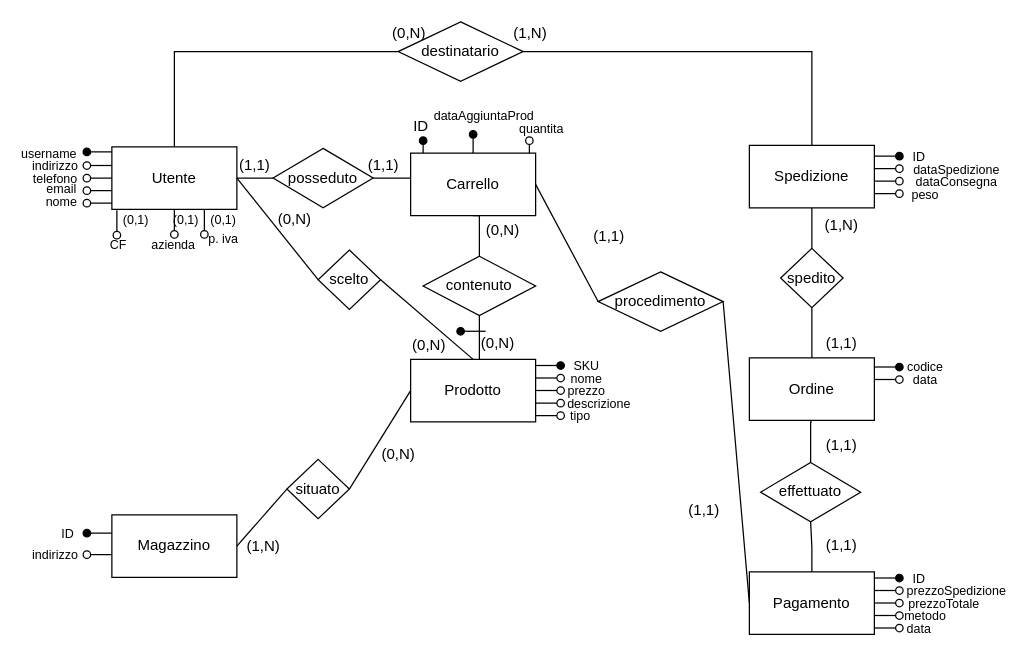
Before: SchemaER/ER_ristrutturato.drawio in orlifera/ProgettoBasiDati, a draw.io diagram. Source tidied: cells renumbered, new cells numbered last; positions are measured from the earlier drawing's top-left corner, leaving out a move shared by most shapes. Both pictures are drawn from the tidied source at 125%, with x=0, y=0 at pixel (30, 21).
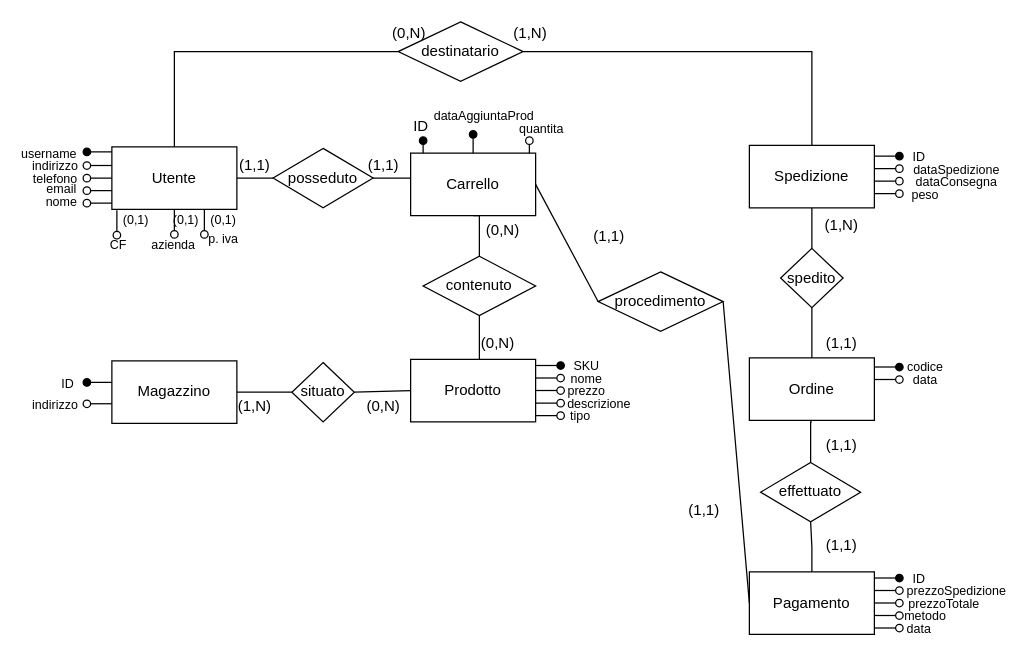
The same diagram, later.

The change refers to these unchanged cells:
```xml
<mxCell id="3" value="Utente" style="rounded=0;whiteSpace=wrap;html=1;" parent="1" vertex="1">
  <mxGeometry x="65" y="100" width="100" height="50" as="geometry" />
</mxCell>
<mxCell id="11" value="Prodotto" style="rounded=0;whiteSpace=wrap;html=1;" parent="1" vertex="1">
  <mxGeometry x="304" y="270" width="100" height="50" as="geometry" />
</mxCell>
```

Change to the diagram source:
```diff
@@
     <mxCell id="9" value="Magazzino" style="rounded=0;whiteSpace=wrap;html=1;" parent="1" vertex="1">
-      <mxGeometry x="65" y="394.4" width="100" height="50" as="geometry" />
+      <mxGeometry x="65" y="271.2" width="100" height="50" as="geometry" />
     </mxCell>
@@
-    <mxCell id="12" value="scelto" style="rhombus;whiteSpace=wrap;html=1;" parent="1" vertex="1">
-      <mxGeometry x="230" y="182.5" width="50" height="47.5" as="geometry" />
-    </mxCell>
     <mxCell id="13" value="situato" style="rhombus;whiteSpace=wrap;html=1;" parent="1" vertex="1">
-      <mxGeometry x="205" y="350" width="50" height="47.5" as="geometry" />
+      <mxGeometry x="209" y="272.5" width="50" height="47.5" as="geometry" />
     </mxCell>
@@
-    <mxCell id="22" style="endArrow=none;html=1;rounded=0;exitX=1;exitY=0.5;exitDx=0;exitDy=0;entryX=0;entryY=0.5;entryDx=0;entryDy=0;" parent="1" edge="1" source="3" target="12">
-      <mxGeometry relative="1" as="geometry" />
-    </mxCell>
-    <mxCell id="23" style="endArrow=none;html=1;rounded=0;exitX=1;exitY=0.5;exitDx=0;exitDy=0;entryX=0.5;entryY=0;entryDx=0;entryDy=0;" parent="1" edge="1" source="12" target="11">
-      <mxGeometry relative="1" as="geometry" />
-    </mxCell>
@@
     <mxCell id="34" style="endArrow=none;html=1;rounded=0;startArrow=oval;startFill=1;" parent="1" edge="1">
       <mxGeometry relative="1" as="geometry">
-        <mxPoint x="45" y="409" as="sourcePoint" />
-        <mxPoint x="65" y="409" as="targetPoint" />
+        <mxPoint x="45" y="288.4" as="sourcePoint" />
+        <mxPoint x="65" y="288.4" as="targetPoint" />
       </mxGeometry>
     </mxCell>
     <mxCell id="35" value="ID" style="text;html=1;strokeColor=none;fillColor=none;align=center;verticalAlign=middle;whiteSpace=wrap;rounded=0;imageAspect=1;fontSize=10;" parent="1" vertex="1">
-      <mxGeometry x="15" y="400" width="30" height="18.8" as="geometry" />
+      <mxGeometry x="15" y="279.4" width="30" height="18.8" as="geometry" />
     </mxCell>
     <mxCell id="36" style="endArrow=none;html=1;rounded=0;startArrow=oval;startFill=0;" parent="1" edge="1">
       <mxGeometry relative="1" as="geometry">
-        <mxPoint x="45" y="426.2" as="sourcePoint" />
-        <mxPoint x="65" y="426.2" as="targetPoint" />
+        <mxPoint x="45" y="305.5" as="sourcePoint" />
+        <mxPoint x="65" y="305.5" as="targetPoint" />
       </mxGeometry>
     </mxCell>
     <mxCell id="37" value="indirizzo" style="text;html=1;strokeColor=none;fillColor=none;align=center;verticalAlign=middle;whiteSpace=wrap;rounded=0;imageAspect=1;fontSize=10;" parent="1" vertex="1">
-      <mxGeometry y="423.8" width="40" height="5" as="geometry" />
+      <mxGeometry y="303.1" width="40" height="5" as="geometry" />
     </mxCell>
@@
-    <mxCell id="50" style="endArrow=none;html=1;rounded=0;startArrow=oval;startFill=1;endFill=0;" parent="1" edge="1">
-      <mxGeometry relative="1" as="geometry">
-        <mxPoint x="344" y="247.5" as="sourcePoint" />
-        <mxPoint x="364" y="247.5" as="targetPoint" />
-      </mxGeometry>
-    </mxCell>
@@
     <mxCell id="75" value="(1,N)" style="text;html=1;strokeColor=none;fillColor=none;align=center;verticalAlign=middle;whiteSpace=wrap;rounded=0;" parent="1" vertex="1">
-      <mxGeometry x="165" y="405" width="43" height="30" as="geometry" />
+      <mxGeometry x="157.5" y="292.5" width="43" height="30" as="geometry" />
     </mxCell>
     <mxCell id="76" value="(0,N)" style="text;html=1;strokeColor=none;fillColor=none;align=center;verticalAlign=middle;whiteSpace=wrap;rounded=0;" parent="1" vertex="1">
-      <mxGeometry x="272.5" y="331.2" width="43" height="30" as="geometry" />
+      <mxGeometry x="261" y="292.5" width="43" height="30" as="geometry" />
     </mxCell>
-    <mxCell id="77" value="(0,N)" style="text;html=1;strokeColor=none;fillColor=none;align=center;verticalAlign=middle;whiteSpace=wrap;rounded=0;" parent="1" vertex="1">
-      <mxGeometry x="190" y="142.5" width="43" height="30" as="geometry" />
-    </mxCell>
-    <mxCell id="78" value="(0,N)" style="text;html=1;strokeColor=none;fillColor=none;align=center;verticalAlign=middle;whiteSpace=wrap;rounded=0;" parent="1" vertex="1">
-      <mxGeometry x="305.5" y="250" width="26" height="18.8" as="geometry" />
-    </mxCell>
```
